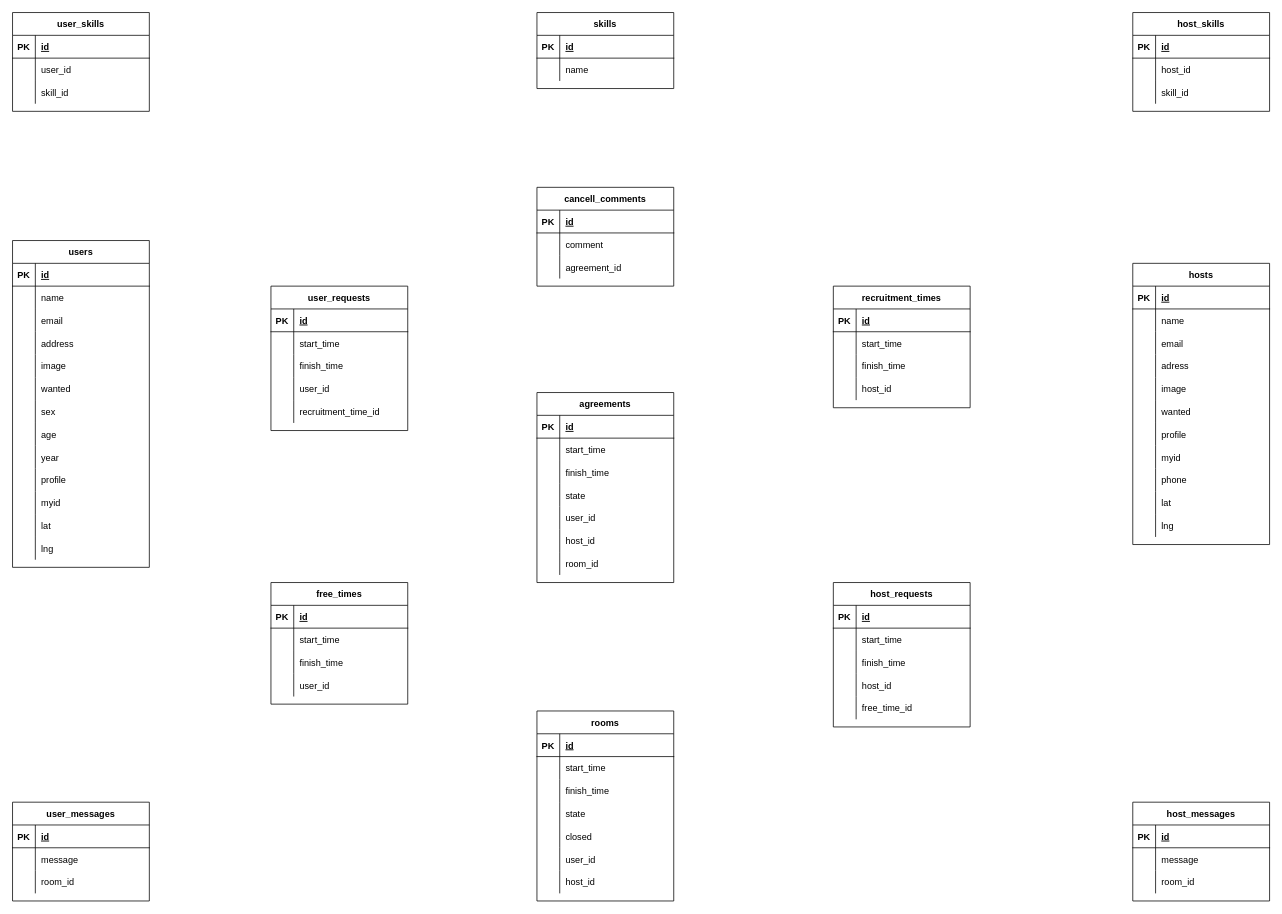
Above: ER.drawio in Sato1994/nurse_app (draw.io), before the change. Source tidied: cells renumbered, new cells numbered last; positions are measured from the earlier drawing's top-left corner, leaving out a move shared by most shapes. Both pictures are drawn from the tidied source at 76%, with x=0, y=0 at pixel (12, 12).
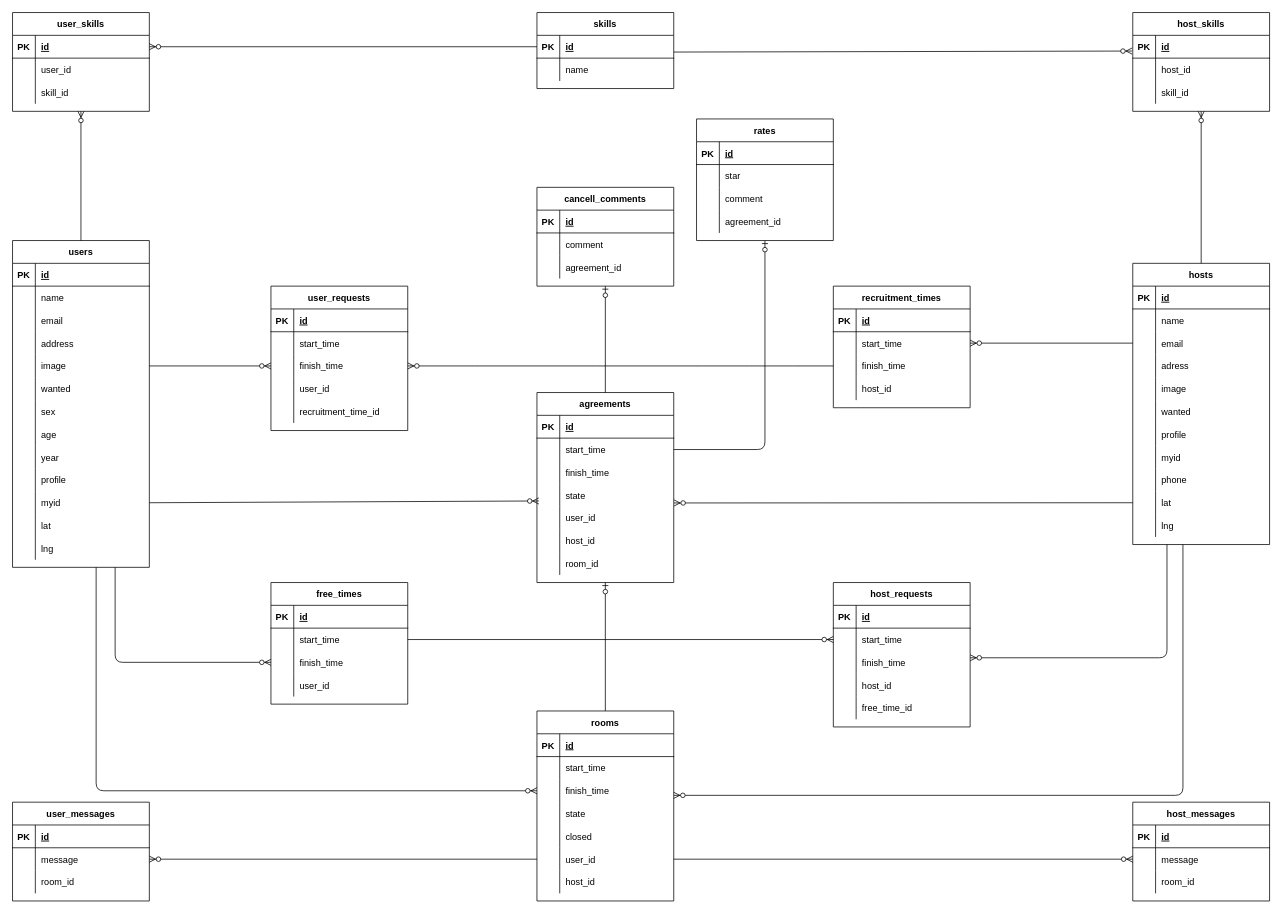
Above is the later version.

Unchanged cells that the change refers to:
```xml
<mxCell id="6" style="shape=partialRectangle;fillColor=none;top=0;left=0;bottom=0;right=0;points=[[0,0.5],[1,0.5]];portConstraint=eastwest;rounded=0;" parent="2" vertex="1">
<mxCell id="9" style="shape=partialRectangle;fillColor=none;top=0;left=0;bottom=0;right=0;points=[[0,0.5],[1,0.5]];portConstraint=eastwest;rounded=0;" parent="2" vertex="1">
<mxCell id="22" style="shape=partialRectangle;fillColor=none;top=0;left=0;bottom=0;right=0;points=[[0,0.5],[1,0.5]];portConstraint=eastwest;rounded=0;" parent="15" vertex="1">
<mxCell id="32" style="shape=partialRectangle;fillColor=none;top=0;left=0;bottom=1;right=0;points=[[0,0.5],[1,0.5]];portConstraint=eastwest;rounded=0;" parent="31" vertex="1">
<mxCell id="38" value="agreements" style="shape=table;startSize=30;childLayout=tableLayout;rowLines=0;fontStyle=1;align=center;rounded=0;" parent="1" vertex="1">
<mxCell id="42" style="shape=partialRectangle;fillColor=none;top=0;left=0;bottom=0;right=0;points=[[0,0.5],[1,0.5]];portConstraint=eastwest;rounded=0;" parent="38" vertex="1">
<mxCell id="48" style="shape=partialRectangle;fillColor=none;top=0;left=0;bottom=0;right=0;points=[[0,0.5],[1,0.5]];portConstraint=eastwest;rounded=0;" parent="38" vertex="1">
<mxCell id="51" style="shape=partialRectangle;fillColor=none;top=0;left=0;bottom=0;right=0;points=[[0,0.5],[1,0.5]];portConstraint=eastwest;rounded=0;" parent="38" vertex="1">
<mxCell id="60" value="host_skills" style="shape=table;startSize=30;childLayout=tableLayout;rowLines=0;fontStyle=1;align=center;rounded=0;" parent="1" vertex="1">
<mxCell id="61" style="shape=partialRectangle;fillColor=none;top=0;left=0;bottom=1;right=0;points=[[0,0.5],[1,0.5]];portConstraint=eastwest;rounded=0;" parent="60" vertex="1">
<mxCell id="74" style="shape=partialRectangle;fillColor=none;top=0;left=0;bottom=0;right=0;points=[[0,0.5],[1,0.5]];portConstraint=eastwest;rounded=0;" parent="70" vertex="1">
<mxCell id="84" style="shape=partialRectangle;fillColor=none;top=0;left=0;bottom=0;right=0;points=[[0,0.5],[1,0.5]];portConstraint=eastwest;rounded=0;" parent="80" vertex="1">
<mxCell id="87" style="shape=partialRectangle;fillColor=none;top=0;left=0;bottom=0;right=0;points=[[0,0.5],[1,0.5]];portConstraint=eastwest;rounded=0;" parent="80" vertex="1">
<mxCell id="97" style="shape=partialRectangle;fillColor=none;top=0;left=0;bottom=0;right=0;points=[[0,0.5],[1,0.5]];portConstraint=eastwest;rounded=0;" parent="93" vertex="1">
<mxCell id="109" value="rooms" style="shape=table;startSize=30;childLayout=tableLayout;rowLines=0;fontStyle=1;align=center;rounded=0;" parent="1" vertex="1">
<mxCell id="116" style="shape=partialRectangle;fillColor=none;top=0;left=0;bottom=0;right=0;points=[[0,0.5],[1,0.5]];portConstraint=eastwest;rounded=0;" parent="109" vertex="1">
<mxCell id="125" style="shape=partialRectangle;fillColor=none;top=0;left=0;bottom=0;right=0;points=[[0,0.5],[1,0.5]];portConstraint=eastwest;rounded=0;" parent="109" vertex="1">
<mxCell id="141" value="hosts" style="shape=table;startSize=30;childLayout=tableLayout;rowLines=0;fontStyle=1;align=center;rounded=0;" parent="1" vertex="1">
<mxCell id="148" style="shape=partialRectangle;fillColor=none;top=0;left=0;bottom=0;right=0;points=[[0,0.5],[1,0.5]];portConstraint=eastwest;rounded=0;" parent="141" vertex="1">
<mxCell id="169" style="shape=partialRectangle;fillColor=none;top=0;left=0;bottom=0;right=0;points=[[0,0.5],[1,0.5]];portConstraint=eastwest;rounded=0;" parent="141" vertex="1">
<mxCell id="179" style="shape=partialRectangle;fillColor=none;top=0;left=0;bottom=0;right=0;points=[[0,0.5],[1,0.5]];portConstraint=eastwest;rounded=0;" parent="175" vertex="1">
<mxCell id="185" value="user_skills" style="shape=table;startSize=30;childLayout=tableLayout;rowLines=0;fontStyle=1;align=center;rounded=0;" parent="1" vertex="1">
<mxCell id="186" style="shape=partialRectangle;fillColor=none;top=0;left=0;bottom=1;right=0;points=[[0,0.5],[1,0.5]];portConstraint=eastwest;rounded=0;" parent="185" vertex="1">
<mxCell id="195" value="users" style="shape=table;startSize=30;childLayout=tableLayout;rowLines=0;fontStyle=1;align=center;rounded=0;" parent="1" vertex="1">
<mxCell id="208" style="shape=partialRectangle;fillColor=none;top=0;left=0;bottom=0;right=0;points=[[0,0.5],[1,0.5]];portConstraint=eastwest;rounded=0;" parent="195" vertex="1">
<mxCell id="226" style="shape=partialRectangle;fillColor=none;top=0;left=0;bottom=0;right=0;points=[[0,0.5],[1,0.5]];portConstraint=eastwest;rounded=0;" parent="195" vertex="1">
```

What changed in the source:
```diff
@@
+    <mxCell id="235" style="fontSize=12;html=1;endArrow=ERzeroToMany;endFill=1;exitX=0.5;exitY=0;exitDx=0;exitDy=0;entryX=0.5;entryY=1;entryDx=0;entryDy=0;" parent="1" edge="1" source="195" target="185">
+      <mxGeometry relative="1" as="geometry" />
+    </mxCell>
+    <mxCell id="236" style="fontSize=12;html=1;endArrow=ERzeroToMany;endFill=1;exitX=0.5;exitY=0;exitDx=0;exitDy=0;entryX=0.5;entryY=1;entryDx=0;entryDy=0;" parent="1" edge="1" source="141" target="60">
+      <mxGeometry relative="1" as="geometry" />
+    </mxCell>
+    <mxCell id="237" style="fontSize=12;html=1;endArrow=ERzeroToMany;endFill=1;exitX=1.002;exitY=0.733;exitDx=0;exitDy=0;entryX=-0.005;entryY=0.689;entryDx=0;entryDy=0;exitPerimeter=0;entryPerimeter=0;" parent="1" edge="1" source="32" target="61">
+      <mxGeometry relative="1" as="geometry" />
+    </mxCell>
+    <mxCell id="238" style="fontSize=12;html=1;endArrow=ERzeroToMany;endFill=1;exitX=1;exitY=0.5;exitDx=0;exitDy=0;entryX=0;entryY=0.5;entryDx=0;entryDy=0;" parent="1" edge="1" source="125" target="74">
+      <mxGeometry relative="1" as="geometry" />
+    </mxCell>
+    <mxCell id="239" style="fontSize=12;html=1;endArrow=ERzeroToMany;endFill=1;exitX=0;exitY=0.5;exitDx=0;exitDy=0;entryX=1;entryY=0.5;entryDx=0;entryDy=0;" parent="1" edge="1" source="125" target="179">
+      <mxGeometry relative="1" as="geometry" />
+    </mxCell>
+    <mxCell id="240" style="fontSize=12;html=1;endArrow=ERzeroToMany;endFill=1;exitX=0;exitY=0.5;exitDx=0;exitDy=0;" parent="1" edge="1" source="32" target="186">
+      <mxGeometry relative="1" as="geometry" />
+    </mxCell>
+    <mxCell id="241" style="fontSize=12;html=1;endArrow=ERzeroToMany;endFill=1;exitX=0.75;exitY=1;exitDx=0;exitDy=0;entryX=0;entryY=0.5;entryDx=0;entryDy=0;" parent="1" edge="1" source="195" target="87">
+      <mxGeometry relative="1" as="geometry">
+        <Array as="points">
+          <mxPoint x="135" y="855" />
+        </Array>
+      </mxGeometry>
+    </mxCell>
+    <mxCell id="242" style="fontSize=12;html=1;endArrow=ERzeroToMany;endFill=1;exitX=0;exitY=0.5;exitDx=0;exitDy=0;entryX=1;entryY=0.5;entryDx=0;entryDy=0;" parent="1" edge="1" source="148" target="6">
+      <mxGeometry relative="1" as="geometry" />
+    </mxCell>
+    <mxCell id="243" style="fontSize=12;html=1;endArrow=ERzeroToOne;endFill=1;exitX=0.5;exitY=0;exitDx=0;exitDy=0;" parent="1" edge="1" source="109">
+      <mxGeometry relative="1" as="geometry">
+        <mxPoint x="780" y="750" as="targetPoint" />
+      </mxGeometry>
+    </mxCell>
+    <mxCell id="244" style="fontSize=12;html=1;endArrow=ERzeroToOne;endFill=1;exitX=0.5;exitY=0;exitDx=0;exitDy=0;" parent="1" edge="1" source="38">
+      <mxGeometry relative="1" as="geometry">
+        <mxPoint x="780" y="360" as="targetPoint" />
+      </mxGeometry>
+    </mxCell>
+    <mxCell id="245" style="fontSize=12;html=1;endArrow=ERzeroToMany;endFill=1;entryX=0;entryY=0.5;entryDx=0;entryDy=0;exitX=1;exitY=0.5;exitDx=0;exitDy=0;" parent="1" edge="1" source="208" target="22">
+      <mxGeometry relative="1" as="geometry" />
+    </mxCell>
+    <mxCell id="246" style="fontSize=12;html=1;endArrow=ERzeroToMany;endFill=1;exitX=0;exitY=0.5;exitDx=0;exitDy=0;entryX=1;entryY=0.5;entryDx=0;entryDy=0;edgeStyle=orthogonalEdgeStyle;curved=1;" parent="1" edge="1" source="9" target="22">
+      <mxGeometry relative="1" as="geometry">
+        <Array as="points">
+          <mxPoint x="880" y="465" />
+          <mxPoint x="880" y="465" />
+        </Array>
+      </mxGeometry>
+    </mxCell>
+    <mxCell id="247" style="fontSize=12;html=1;endArrow=ERzeroToMany;endFill=1;exitX=0.25;exitY=1;exitDx=0;exitDy=0;" parent="1" edge="1" source="141">
+      <mxGeometry relative="1" as="geometry">
+        <mxPoint x="1260" y="849" as="targetPoint" />
+        <Array as="points">
+          <mxPoint x="1519" y="849" />
+        </Array>
+      </mxGeometry>
+    </mxCell>
+    <mxCell id="248" style="fontSize=12;html=1;endArrow=ERzeroToMany;endFill=1;exitX=1;exitY=0.5;exitDx=0;exitDy=0;entryX=0;entryY=0.5;entryDx=0;entryDy=0;" parent="1" edge="1" source="84" target="97">
+      <mxGeometry relative="1" as="geometry" />
+    </mxCell>
+    <mxCell id="249" style="fontSize=12;html=1;endArrow=ERzeroToMany;endFill=1;entryX=0.014;entryY=0.756;entryDx=0;entryDy=0;exitX=1;exitY=0.5;exitDx=0;exitDy=0;entryPerimeter=0;" parent="1" edge="1" source="226" target="48">
+      <mxGeometry relative="1" as="geometry" />
+    </mxCell>
+    <mxCell id="250" style="fontSize=12;html=1;endArrow=ERzeroToMany;endFill=1;entryX=1.002;entryY=-0.157;entryDx=0;entryDy=0;exitX=0;exitY=0.5;exitDx=0;exitDy=0;entryPerimeter=0;" parent="1" edge="1" source="169" target="51">
+      <mxGeometry relative="1" as="geometry" />
+    </mxCell>
+    <mxCell id="251" style="fontSize=12;html=1;endArrow=ERzeroToMany;endFill=1;entryX=0;entryY=0.5;entryDx=0;entryDy=0;" parent="1" edge="1" target="116">
+      <mxGeometry relative="1" as="geometry">
+        <mxPoint x="110" y="730" as="sourcePoint" />
+        <Array as="points">
+          <mxPoint x="110" y="1024" />
+        </Array>
+      </mxGeometry>
+    </mxCell>
+    <mxCell id="252" style="fontSize=12;html=1;endArrow=ERzeroToMany;endFill=1;" parent="1" edge="1">
+      <mxGeometry relative="1" as="geometry">
+        <mxPoint x="1540" y="700" as="sourcePoint" />
+        <mxPoint x="870" y="1030" as="targetPoint" />
+        <Array as="points">
+          <mxPoint x="1540" y="1030" />
+        </Array>
+      </mxGeometry>
+    </mxCell>
+    <mxCell id="253" value="rates" style="shape=table;startSize=30;childLayout=tableLayout;rowLines=0;fontStyle=1;align=center;rounded=0;" parent="1" vertex="1">
+      <mxGeometry x="900" y="140" width="180" height="160" as="geometry" />
+    </mxCell>
+    <mxCell id="254" style="shape=partialRectangle;fillColor=none;top=0;left=0;bottom=1;right=0;rounded=0;" parent="253" vertex="1">
+      <mxGeometry y="30" width="180" height="30" as="geometry" />
+    </mxCell>
+    <mxCell id="255" value="PK" style="shape=partialRectangle;fillColor=none;top=0;left=0;bottom=0;right=0;fontStyle=1;overflow=hidden;rounded=0;" parent="254" vertex="1">
+      <mxGeometry width="30" height="30" as="geometry" />
+    </mxCell>
+    <mxCell id="256" value="id" style="shape=partialRectangle;fillColor=none;top=0;left=0;bottom=0;right=0;align=left;spacingLeft=6;fontStyle=5;overflow=hidden;rounded=0;" parent="254" vertex="1">
+      <mxGeometry x="30" width="150" height="30" as="geometry" />
+    </mxCell>
+    <mxCell id="257" style="shape=partialRectangle;fillColor=none;top=0;left=0;bottom=0;right=0;rounded=0;" parent="253" vertex="1">
+      <mxGeometry y="60" width="180" height="30" as="geometry" />
+    </mxCell>
+    <mxCell id="258" style="shape=partialRectangle;fillColor=none;top=0;left=0;bottom=0;right=0;overflow=hidden;rounded=0;" parent="257" vertex="1">
+      <mxGeometry width="30" height="30" as="geometry" />
+    </mxCell>
+    <mxCell id="259" value="star" style="shape=partialRectangle;fillColor=none;top=0;left=0;bottom=0;right=0;align=left;spacingLeft=6;overflow=hidden;rounded=0;" parent="257" vertex="1">
+      <mxGeometry x="30" width="150" height="30" as="geometry" />
+    </mxCell>
+    <mxCell id="260" style="shape=partialRectangle;fillColor=none;top=0;left=0;bottom=0;right=0;rounded=0;" parent="253" vertex="1">
+      <mxGeometry y="90" width="180" height="30" as="geometry" />
+    </mxCell>
+    <mxCell id="261" style="shape=partialRectangle;fillColor=none;top=0;left=0;bottom=0;right=0;overflow=hidden;rounded=0;" parent="260" vertex="1">
+      <mxGeometry width="30" height="30" as="geometry" />
+    </mxCell>
+    <mxCell id="262" value="comment" style="shape=partialRectangle;fillColor=none;top=0;left=0;bottom=0;right=0;align=left;spacingLeft=6;overflow=hidden;rounded=0;" parent="260" vertex="1">
+      <mxGeometry x="30" width="150" height="30" as="geometry" />
+    </mxCell>
+    <mxCell id="263" style="shape=partialRectangle;fillColor=none;top=0;left=0;bottom=0;right=0;rounded=0;" parent="253" vertex="1">
+      <mxGeometry y="120" width="180" height="30" as="geometry" />
+    </mxCell>
+    <mxCell id="264" style="shape=partialRectangle;fillColor=none;top=0;left=0;bottom=0;right=0;overflow=hidden;rounded=0;" parent="263" vertex="1">
+      <mxGeometry width="30" height="30" as="geometry" />
+    </mxCell>
+    <mxCell id="265" value="agreement_id" style="shape=partialRectangle;fillColor=none;top=0;left=0;bottom=0;right=0;align=left;spacingLeft=6;overflow=hidden;rounded=0;" parent="263" vertex="1">
+      <mxGeometry x="30" width="150" height="30" as="geometry" />
+    </mxCell>
+    <mxCell id="266" style="fontSize=12;html=1;endArrow=ERzeroToOne;endFill=1;exitX=1;exitY=0.5;exitDx=0;exitDy=0;entryX=0.5;entryY=1;entryDx=0;entryDy=0;" parent="1" edge="1" source="42" target="253">
+      <mxGeometry relative="1" as="geometry">
+        <Array as="points">
+          <mxPoint x="990" y="575" />
+        </Array>
+      </mxGeometry>
+    </mxCell>
```
